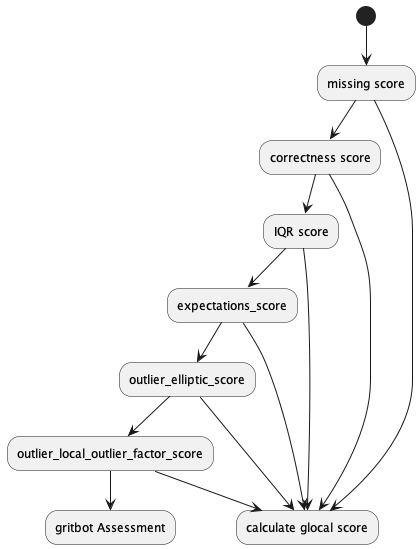
joofio/heads-thesis keeps this PlantUML diagram as figures/workflow.png. Above is the earlier version. The source it was exported from:
```plantuml
@startuml
(*) --> "missing score"

"missing score" --> "correctness score"

"missing score" --> "calculate glocal score"


"correctness score" --> "IQR score"

"correctness score" --> "calculate glocal score"

"IQR score" --> "expectations_score"

"IQR score" --> "calculate glocal score"

"expectations_score" --> "outlier_elliptic_score"

"expectations_score" --> "calculate glocal score"

"outlier_elliptic_score" --> "outlier_local_outlier_factor_score"

"outlier_local_outlier_factor_score" --> "gritbot Assessment"

"outlier_elliptic_score" -->  "calculate glocal score"

"outlier_local_outlier_factor_score" -->  "calculate glocal score"


@enduml
```
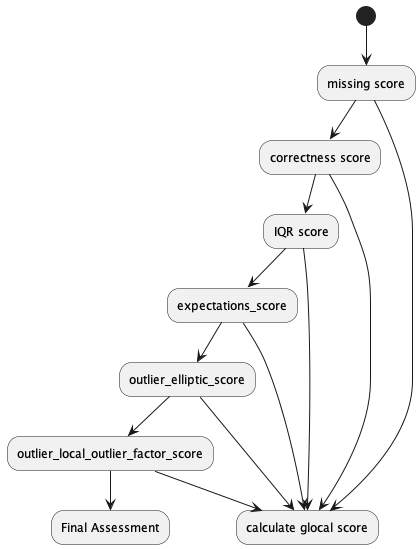
After the commit.

Diff of the diagram source:
```diff
@@ -20,7 +20,7 @@
 
 "outlier_elliptic_score" --> "outlier_local_outlier_factor_score"
 
-"outlier_local_outlier_factor_score" --> "gritbot Assessment"
+"outlier_local_outlier_factor_score" --> "Final Assessment"
 
 "outlier_elliptic_score" -->  "calculate glocal score"
 
```
